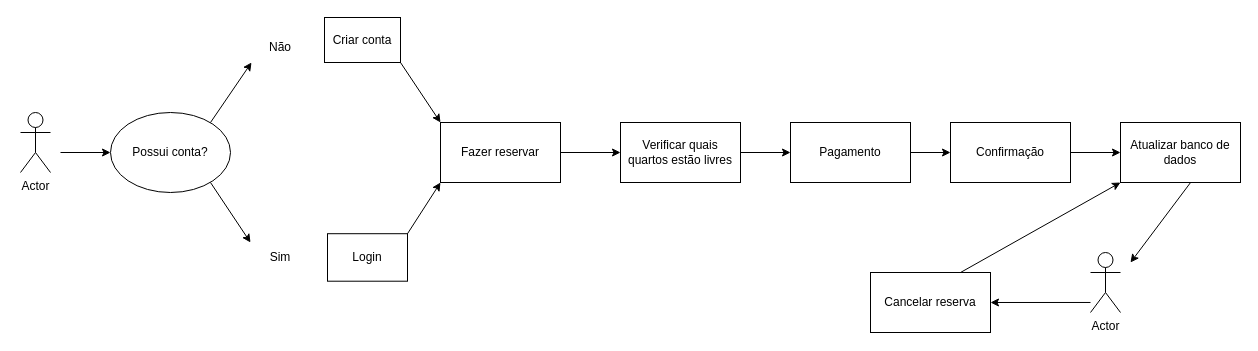
The draw.io diagram page "Página-1" (1 of 4) of Diagrama sem nome.drawio in Anthony-zzz/diagramasderequisitos, before the edit. Source tidied: cells renumbered, new cells numbered last; positions are measured from the earlier drawing's top-left corner, leaving out a move shared by most shapes. Both pictures are drawn from the tidied source at 100%, with x=0, y=0 at pixel (20, 17).
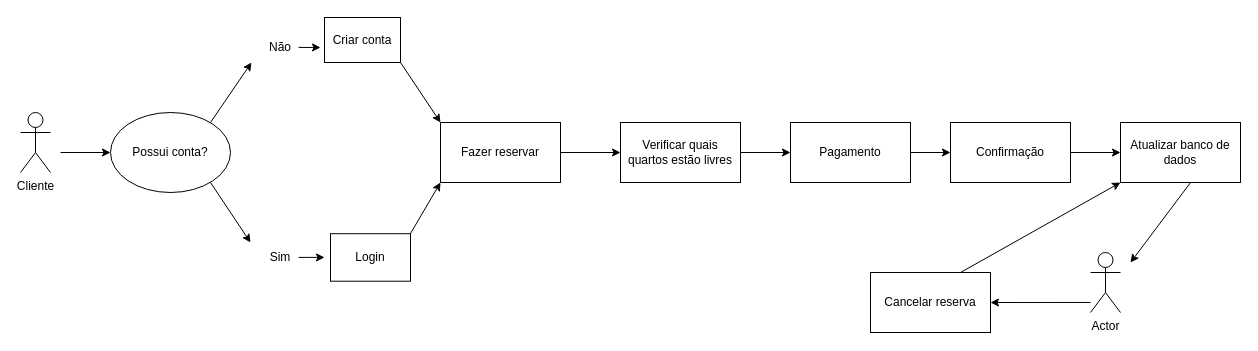
After the change.

Unchanged cells that the change refers to:
```xml
<mxCell id="11" value="Fazer reservar" style="rounded=0;whiteSpace=wrap;html=1;" parent="1" vertex="1">
  <mxGeometry x="420" y="105" width="120" height="60" as="geometry" />
</mxCell>
```

Change to the diagram source:
```diff
@@
-    <mxCell id="2" value="Actor" style="shape=umlActor;verticalLabelPosition=bottom;verticalAlign=top;html=1;" parent="1" vertex="1">
+    <mxCell id="2" value="Cliente" style="shape=umlActor;verticalLabelPosition=bottom;verticalAlign=top;html=1;" parent="1" vertex="1">
       <mxGeometry y="95" width="30" height="60" as="geometry" />
     </mxCell>
@@
     <mxCell id="9" value="Login" style="rounded=0;whiteSpace=wrap;html=1;" parent="1" vertex="1">
-      <mxGeometry x="307" y="216.2" width="80" height="47.5" as="geometry" />
+      <mxGeometry x="310" y="216.2" width="80" height="47.5" as="geometry" />
     </mxCell>
@@
     <mxCell id="15" style="endArrow=classic;html=1;rounded=0;entryX=0;entryY=1;entryDx=0;entryDy=0;" parent="1" edge="1" target="11">
       <mxGeometry relative="1" as="geometry">
-        <mxPoint x="387" y="216.2" as="sourcePoint" />
+        <mxPoint x="390" y="216" as="sourcePoint" />
       </mxGeometry>
     </mxCell>
@@
+    <mxCell id="27" style="endArrow=classic;html=1;rounded=0;" parent="1" edge="1">
+      <mxGeometry relative="1" as="geometry">
+        <mxPoint x="278" y="239.9" as="sourcePoint" />
+        <mxPoint x="304" y="239.9" as="targetPoint" />
+      </mxGeometry>
+    </mxCell>
+    <mxCell id="28" style="endArrow=classic;html=1;rounded=0;" parent="1" edge="1">
+      <mxGeometry relative="1" as="geometry">
+        <mxPoint x="278" y="29.9" as="sourcePoint" />
+        <mxPoint x="300" y="30" as="targetPoint" />
+      </mxGeometry>
+    </mxCell>
```
